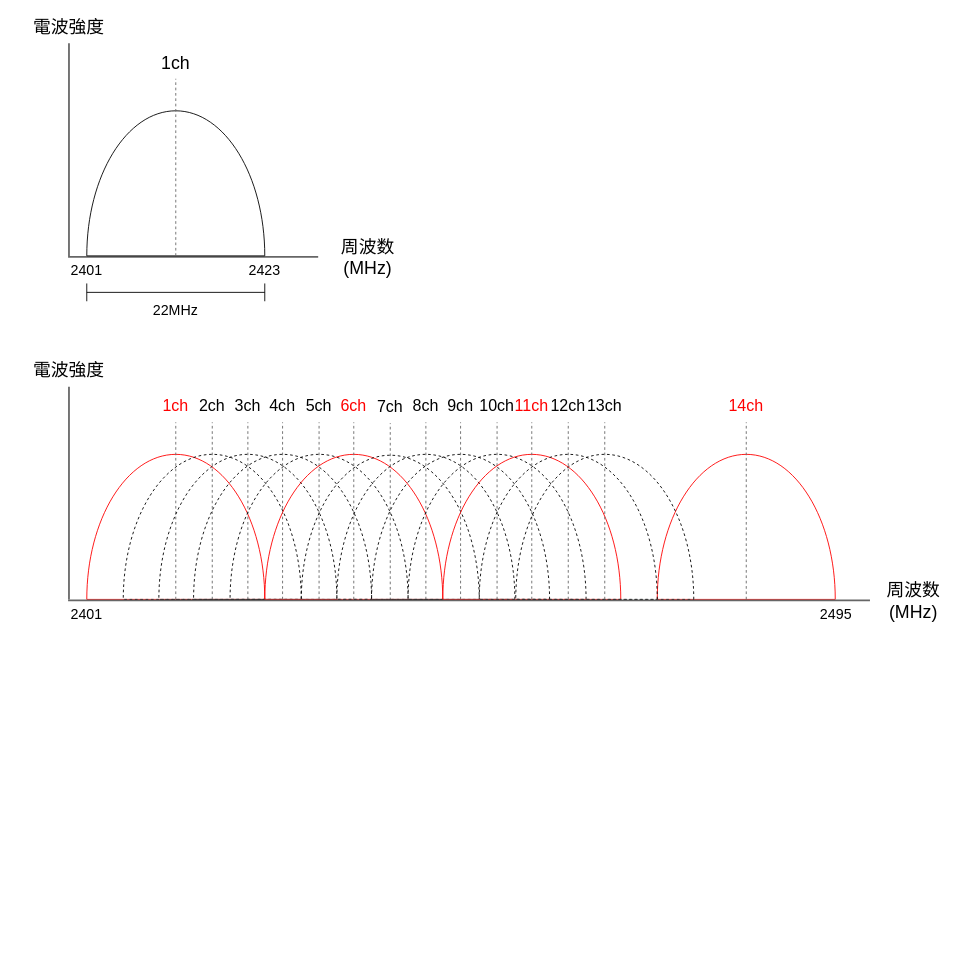
kento-yoshidu/GatsbyBlog keeps this draw.io diagram as content/draft/Others/Wireless/images/image.drawio. Above is the earlier version. Source tidied: cells renumbered, new cells numbered last; positions are measured from the earlier drawing's top-left corner, leaving out a move shared by most shapes. Both pictures are drawn from the tidied source at 89%, with x=0, y=0 at pixel (15, 17).
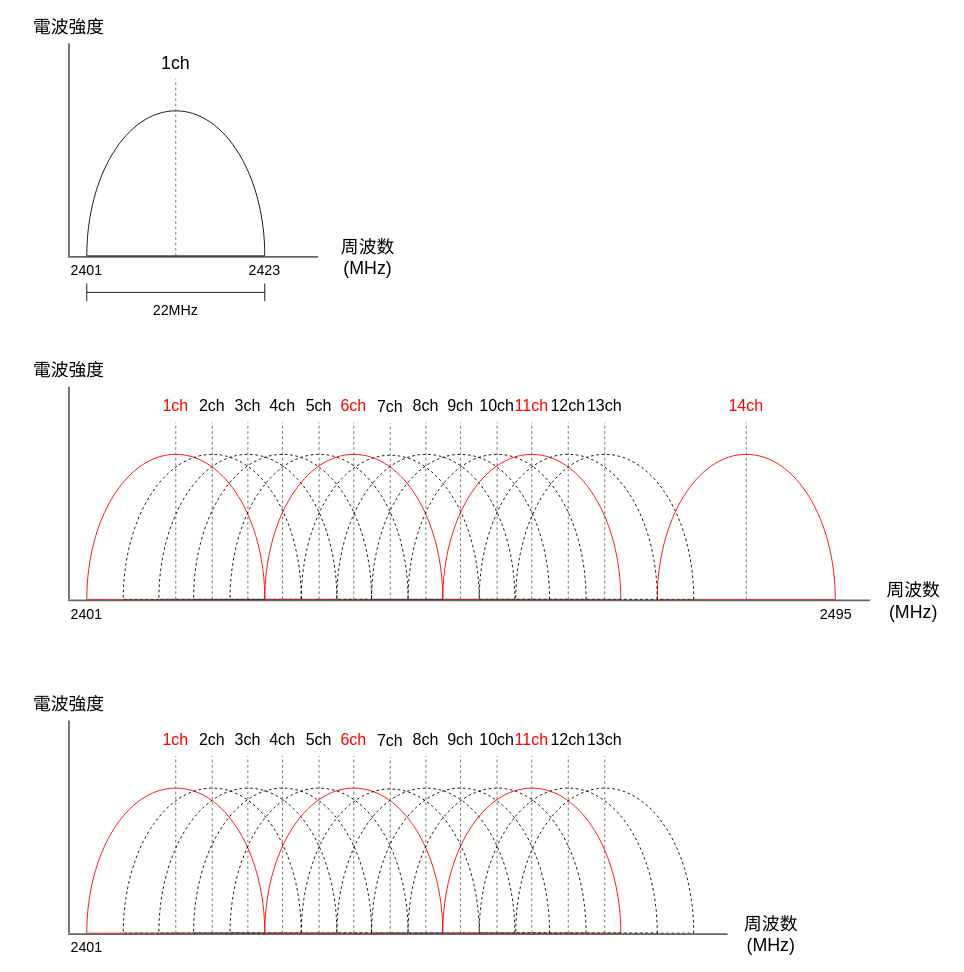
The same diagram, later.

What changed in the source:
```diff
@@
+    <mxCell id="81" style="endArrow=none;html=1;strokeWidth=2;strokeColor=#666666;" parent="1" edge="1">
+      <mxGeometry relative="1" as="geometry">
+        <mxPoint x="60" y="1029" as="sourcePoint" />
+        <mxPoint x="60" y="790" as="targetPoint" />
+      </mxGeometry>
+    </mxCell>
+    <mxCell id="82" value="&lt;font style=&quot;font-size: 20px&quot;&gt;電波強度&lt;/font&gt;" style="text;html=1;strokeColor=none;fillColor=none;align=center;verticalAlign=middle;whiteSpace=wrap;rounded=0;" parent="1" vertex="1">
+      <mxGeometry y="761" width="120" height="20" as="geometry" />
+    </mxCell>
+    <mxCell id="83" value="&lt;font style=&quot;font-size: 20px&quot;&gt;周波数(MHz)&lt;/font&gt;" style="text;html=1;strokeColor=none;fillColor=none;align=center;verticalAlign=middle;whiteSpace=wrap;rounded=0;" parent="1" vertex="1">
+      <mxGeometry x="809" y="1020" width="80" height="20" as="geometry" />
+    </mxCell>
+    <mxCell id="84" style="group;" parent="1" vertex="1">
+      <mxGeometry x="60" y="802" width="280" height="253" as="geometry" />
+    </mxCell>
+    <mxCell id="85" style="group;" parent="84" vertex="1">
+      <mxGeometry x="20" width="260" height="253" as="geometry" />
+    </mxCell>
+    <mxCell id="86" style="verticalLabelPosition=bottom;verticalAlign=top;html=1;shape=mxgraph.basic.half_circle;rotation=-180;fillColor=none;strokeColor=#FF0000;" parent="85" vertex="1">
+      <mxGeometry y="64" width="200" height="163" as="geometry" />
+    </mxCell>
+    <mxCell id="87" style="endArrow=none;html=1;strokeColor=#666666;strokeWidth=1;exitX=0.5;exitY=0;exitDx=0;exitDy=0;exitPerimeter=0;dashed=1;" parent="85" edge="1" source="86">
+      <mxGeometry relative="1" as="geometry">
+        <mxPoint x="100" y="28" as="targetPoint" />
+      </mxGeometry>
+    </mxCell>
+    <mxCell id="88" value="&lt;font style=&quot;font-size: 18px&quot;&gt;1ch&lt;/font&gt;" style="text;html=1;strokeColor=none;fillColor=none;align=center;verticalAlign=middle;whiteSpace=wrap;rounded=0;fontColor=#FF0000;" parent="85" vertex="1">
+      <mxGeometry x="80" width="40" height="20" as="geometry" />
+    </mxCell>
+    <mxCell id="89" value="&lt;font style=&quot;font-size: 16px;&quot;&gt;2401&lt;/font&gt;" style="text;html=1;strokeColor=none;fillColor=none;align=center;verticalAlign=middle;whiteSpace=wrap;rounded=0;fontSize=16;" parent="84" vertex="1">
+      <mxGeometry y="233" width="40" height="20" as="geometry" />
+    </mxCell>
+    <mxCell id="90" style="group;" parent="1" vertex="1">
+      <mxGeometry x="121" y="802" width="260" height="253" as="geometry" />
+    </mxCell>
+    <mxCell id="91" style="verticalLabelPosition=bottom;verticalAlign=top;html=1;shape=mxgraph.basic.half_circle;rotation=-180;fillColor=none;dashed=1;" parent="90" vertex="1">
+      <mxGeometry y="64" width="200" height="163" as="geometry" />
+    </mxCell>
+    <mxCell id="92" style="endArrow=none;html=1;strokeColor=#666666;strokeWidth=1;exitX=0.5;exitY=0;exitDx=0;exitDy=0;exitPerimeter=0;dashed=1;" parent="90" edge="1" source="91">
+      <mxGeometry relative="1" as="geometry">
+        <mxPoint x="100" y="28" as="targetPoint" />
+      </mxGeometry>
+    </mxCell>
+    <mxCell id="93" value="&lt;font style=&quot;font-size: 18px&quot;&gt;2ch&lt;/font&gt;" style="text;html=1;strokeColor=none;fillColor=none;align=center;verticalAlign=middle;whiteSpace=wrap;rounded=0;" parent="90" vertex="1">
+      <mxGeometry x="80" width="40" height="20" as="geometry" />
+    </mxCell>
+    <mxCell id="94" style="group;" parent="1" vertex="1">
+      <mxGeometry x="161" y="802" width="260" height="253" as="geometry" />
+    </mxCell>
+    <mxCell id="95" style="verticalLabelPosition=bottom;verticalAlign=top;html=1;shape=mxgraph.basic.half_circle;rotation=-180;fillColor=none;dashed=1;" parent="94" vertex="1">
+      <mxGeometry y="64" width="200" height="163" as="geometry" />
+    </mxCell>
+    <mxCell id="96" style="endArrow=none;html=1;strokeColor=#666666;strokeWidth=1;exitX=0.5;exitY=0;exitDx=0;exitDy=0;exitPerimeter=0;dashed=1;" parent="94" edge="1" source="95">
+      <mxGeometry relative="1" as="geometry">
+        <mxPoint x="100" y="28" as="targetPoint" />
+      </mxGeometry>
+    </mxCell>
+    <mxCell id="97" value="&lt;font style=&quot;font-size: 18px&quot;&gt;3ch&lt;/font&gt;" style="text;html=1;strokeColor=none;fillColor=none;align=center;verticalAlign=middle;whiteSpace=wrap;rounded=0;" parent="94" vertex="1">
+      <mxGeometry x="80" width="40" height="20" as="geometry" />
+    </mxCell>
+    <mxCell id="98" style="group;" parent="1" vertex="1">
+      <mxGeometry x="200" y="802" width="260" height="253" as="geometry" />
+    </mxCell>
+    <mxCell id="99" style="verticalLabelPosition=bottom;verticalAlign=top;html=1;shape=mxgraph.basic.half_circle;rotation=-180;fillColor=none;dashed=1;" parent="98" vertex="1">
+      <mxGeometry y="64" width="200" height="163" as="geometry" />
+    </mxCell>
+    <mxCell id="100" style="endArrow=none;html=1;strokeColor=#666666;strokeWidth=1;exitX=0.5;exitY=0;exitDx=0;exitDy=0;exitPerimeter=0;dashed=1;" parent="98" edge="1" source="99">
+      <mxGeometry relative="1" as="geometry">
+        <mxPoint x="100" y="28" as="targetPoint" />
+      </mxGeometry>
+    </mxCell>
+    <mxCell id="101" value="&lt;font style=&quot;font-size: 18px&quot;&gt;4ch&lt;/font&gt;" style="text;html=1;strokeColor=none;fillColor=none;align=center;verticalAlign=middle;whiteSpace=wrap;rounded=0;" parent="98" vertex="1">
+      <mxGeometry x="80" width="40" height="20" as="geometry" />
+    </mxCell>
+    <mxCell id="102" style="group;" parent="1" vertex="1">
+      <mxGeometry x="241" y="802" width="260" height="253" as="geometry" />
+    </mxCell>
+    <mxCell id="103" style="verticalLabelPosition=bottom;verticalAlign=top;html=1;shape=mxgraph.basic.half_circle;rotation=-180;fillColor=none;dashed=1;" parent="102" vertex="1">
+      <mxGeometry y="64" width="200" height="163" as="geometry" />
+    </mxCell>
+    <mxCell id="104" style="endArrow=none;html=1;strokeColor=#666666;strokeWidth=1;exitX=0.5;exitY=0;exitDx=0;exitDy=0;exitPerimeter=0;dashed=1;" parent="102" edge="1" source="103">
+      <mxGeometry relative="1" as="geometry">
+        <mxPoint x="100" y="28" as="targetPoint" />
+      </mxGeometry>
+    </mxCell>
+    <mxCell id="105" value="&lt;font style=&quot;font-size: 18px&quot;&gt;5ch&lt;/font&gt;" style="text;html=1;strokeColor=none;fillColor=none;align=center;verticalAlign=middle;whiteSpace=wrap;rounded=0;" parent="102" vertex="1">
+      <mxGeometry x="80" width="40" height="20" as="geometry" />
+    </mxCell>
+    <mxCell id="106" style="group;" parent="1" vertex="1">
+      <mxGeometry x="260" y="802" width="280" height="253" as="geometry" />
+    </mxCell>
+    <mxCell id="107" style="group;" parent="106" vertex="1">
+      <mxGeometry x="20" width="260" height="253" as="geometry" />
+    </mxCell>
+    <mxCell id="108" style="verticalLabelPosition=bottom;verticalAlign=top;html=1;shape=mxgraph.basic.half_circle;rotation=-180;fillColor=none;strokeColor=#FF0000;" parent="107" vertex="1">
+      <mxGeometry y="64" width="200" height="163" as="geometry" />
+    </mxCell>
+    <mxCell id="109" style="endArrow=none;html=1;strokeColor=#666666;strokeWidth=1;exitX=0.5;exitY=0;exitDx=0;exitDy=0;exitPerimeter=0;dashed=1;" parent="107" edge="1" source="108">
+      <mxGeometry relative="1" as="geometry">
+        <mxPoint x="100" y="28" as="targetPoint" />
+      </mxGeometry>
+    </mxCell>
+    <mxCell id="110" value="&lt;font style=&quot;font-size: 18px&quot;&gt;6ch&lt;/font&gt;" style="text;html=1;strokeColor=none;fillColor=none;align=center;verticalAlign=middle;whiteSpace=wrap;rounded=0;fontColor=#FF0000;" parent="107" vertex="1">
+      <mxGeometry x="80" width="40" height="20" as="geometry" />
+    </mxCell>
+    <mxCell id="111" style="group;" parent="1" vertex="1">
+      <mxGeometry x="321" y="803" width="260" height="253" as="geometry" />
+    </mxCell>
+    <mxCell id="112" style="verticalLabelPosition=bottom;verticalAlign=top;html=1;shape=mxgraph.basic.half_circle;rotation=-180;fillColor=none;dashed=1;" parent="111" vertex="1">
+      <mxGeometry y="64" width="200" height="163" as="geometry" />
+    </mxCell>
+    <mxCell id="113" style="endArrow=none;html=1;strokeColor=#666666;strokeWidth=1;exitX=0.5;exitY=0;exitDx=0;exitDy=0;exitPerimeter=0;dashed=1;" parent="111" edge="1" source="112">
+      <mxGeometry relative="1" as="geometry">
+        <mxPoint x="100" y="28" as="targetPoint" />
+      </mxGeometry>
+    </mxCell>
+    <mxCell id="114" value="&lt;font style=&quot;font-size: 18px&quot;&gt;7ch&lt;/font&gt;" style="text;html=1;strokeColor=none;fillColor=none;align=center;verticalAlign=middle;whiteSpace=wrap;rounded=0;" parent="111" vertex="1">
+      <mxGeometry x="80" width="40" height="20" as="geometry" />
+    </mxCell>
+    <mxCell id="115" style="group;" parent="1" vertex="1">
+      <mxGeometry x="361" y="802" width="260" height="253" as="geometry" />
+    </mxCell>
+    <mxCell id="116" style="verticalLabelPosition=bottom;verticalAlign=top;html=1;shape=mxgraph.basic.half_circle;rotation=-180;fillColor=none;dashed=1;" parent="115" vertex="1">
+      <mxGeometry y="64" width="200" height="163" as="geometry" />
+    </mxCell>
+    <mxCell id="117" style="endArrow=none;html=1;strokeColor=#666666;strokeWidth=1;exitX=0.5;exitY=0;exitDx=0;exitDy=0;exitPerimeter=0;dashed=1;" parent="115" edge="1" source="116">
+      <mxGeometry relative="1" as="geometry">
+        <mxPoint x="100" y="28" as="targetPoint" />
+      </mxGeometry>
+    </mxCell>
+    <mxCell id="118" value="&lt;font style=&quot;font-size: 18px&quot;&gt;8ch&lt;/font&gt;" style="text;html=1;strokeColor=none;fillColor=none;align=center;verticalAlign=middle;whiteSpace=wrap;rounded=0;" parent="115" vertex="1">
+      <mxGeometry x="80" width="40" height="20" as="geometry" />
+    </mxCell>
+    <mxCell id="119" style="group;" parent="1" vertex="1">
+      <mxGeometry x="400" y="802" width="260" height="253" as="geometry" />
+    </mxCell>
+    <mxCell id="120" style="verticalLabelPosition=bottom;verticalAlign=top;html=1;shape=mxgraph.basic.half_circle;rotation=-180;fillColor=none;dashed=1;" parent="119" vertex="1">
+      <mxGeometry y="64" width="200" height="163" as="geometry" />
+    </mxCell>
+    <mxCell id="121" style="endArrow=none;html=1;strokeColor=#666666;strokeWidth=1;exitX=0.5;exitY=0;exitDx=0;exitDy=0;exitPerimeter=0;dashed=1;" parent="119" edge="1" source="120">
+      <mxGeometry relative="1" as="geometry">
+        <mxPoint x="100" y="28" as="targetPoint" />
+      </mxGeometry>
+    </mxCell>
+    <mxCell id="122" value="&lt;font style=&quot;font-size: 18px&quot;&gt;9ch&lt;/font&gt;" style="text;html=1;strokeColor=none;fillColor=none;align=center;verticalAlign=middle;whiteSpace=wrap;rounded=0;" parent="119" vertex="1">
+      <mxGeometry x="80" width="40" height="20" as="geometry" />
+    </mxCell>
+    <mxCell id="123" style="group;" parent="1" vertex="1">
+      <mxGeometry x="441" y="802" width="260" height="253" as="geometry" />
+    </mxCell>
+    <mxCell id="124" style="verticalLabelPosition=bottom;verticalAlign=top;html=1;shape=mxgraph.basic.half_circle;rotation=-180;fillColor=none;dashed=1;" parent="123" vertex="1">
+      <mxGeometry y="64" width="200" height="163" as="geometry" />
+    </mxCell>
+    <mxCell id="125" style="endArrow=none;html=1;strokeColor=#666666;strokeWidth=1;exitX=0.5;exitY=0;exitDx=0;exitDy=0;exitPerimeter=0;dashed=1;" parent="123" edge="1" source="124">
+      <mxGeometry relative="1" as="geometry">
+        <mxPoint x="100" y="28" as="targetPoint" />
+      </mxGeometry>
+    </mxCell>
+    <mxCell id="126" value="&lt;font style=&quot;font-size: 18px&quot;&gt;10ch&lt;/font&gt;" style="text;html=1;strokeColor=none;fillColor=none;align=center;verticalAlign=middle;whiteSpace=wrap;rounded=0;" parent="123" vertex="1">
+      <mxGeometry x="80" width="40" height="20" as="geometry" />
+    </mxCell>
+    <mxCell id="127" style="group;" parent="1" vertex="1">
+      <mxGeometry x="460" y="802" width="280" height="253" as="geometry" />
+    </mxCell>
+    <mxCell id="128" style="group;" parent="127" vertex="1">
+      <mxGeometry x="20" width="260" height="253" as="geometry" />
+    </mxCell>
+    <mxCell id="129" style="verticalLabelPosition=bottom;verticalAlign=top;html=1;shape=mxgraph.basic.half_circle;rotation=-180;fillColor=none;strokeColor=#FF0000;" parent="128" vertex="1">
+      <mxGeometry y="64" width="200" height="163" as="geometry" />
+    </mxCell>
+    <mxCell id="130" style="endArrow=none;html=1;strokeColor=#666666;strokeWidth=1;exitX=0.5;exitY=0;exitDx=0;exitDy=0;exitPerimeter=0;dashed=1;" parent="128" edge="1" source="129">
+      <mxGeometry relative="1" as="geometry">
+        <mxPoint x="100" y="28" as="targetPoint" />
+      </mxGeometry>
+    </mxCell>
+    <mxCell id="131" value="&lt;font style=&quot;font-size: 18px&quot;&gt;11ch&lt;/font&gt;" style="text;html=1;strokeColor=none;fillColor=none;align=center;verticalAlign=middle;whiteSpace=wrap;rounded=0;fontColor=#FF0000;" parent="128" vertex="1">
+      <mxGeometry x="80" width="40" height="20" as="geometry" />
+    </mxCell>
+    <mxCell id="132" style="group;" parent="1" vertex="1">
+      <mxGeometry x="521" y="802" width="260" height="253" as="geometry" />
+    </mxCell>
+    <mxCell id="133" style="verticalLabelPosition=bottom;verticalAlign=top;html=1;shape=mxgraph.basic.half_circle;rotation=-180;fillColor=none;dashed=1;" parent="132" vertex="1">
+      <mxGeometry y="64" width="200" height="163" as="geometry" />
+    </mxCell>
+    <mxCell id="134" style="endArrow=none;html=1;strokeColor=#666666;strokeWidth=1;exitX=0.5;exitY=0;exitDx=0;exitDy=0;exitPerimeter=0;dashed=1;" parent="132" edge="1" source="133">
+      <mxGeometry relative="1" as="geometry">
+        <mxPoint x="100" y="28" as="targetPoint" />
+      </mxGeometry>
+    </mxCell>
+    <mxCell id="135" value="&lt;font style=&quot;font-size: 18px&quot;&gt;12ch&lt;/font&gt;" style="text;html=1;strokeColor=none;fillColor=none;align=center;verticalAlign=middle;whiteSpace=wrap;rounded=0;" parent="132" vertex="1">
+      <mxGeometry x="80" width="40" height="20" as="geometry" />
+    </mxCell>
+    <mxCell id="136" style="group;" parent="1" vertex="1">
+      <mxGeometry x="562" y="802" width="260" height="253" as="geometry" />
+    </mxCell>
+    <mxCell id="137" style="verticalLabelPosition=bottom;verticalAlign=top;html=1;shape=mxgraph.basic.half_circle;rotation=-180;fillColor=none;dashed=1;" parent="136" vertex="1">
+      <mxGeometry y="64" width="200" height="163" as="geometry" />
+    </mxCell>
+    <mxCell id="138" style="endArrow=none;html=1;strokeColor=#666666;strokeWidth=1;exitX=0.5;exitY=0;exitDx=0;exitDy=0;exitPerimeter=0;dashed=1;" parent="136" edge="1" source="137">
+      <mxGeometry relative="1" as="geometry">
+        <mxPoint x="100" y="28" as="targetPoint" />
+      </mxGeometry>
+    </mxCell>
+    <mxCell id="139" value="&lt;font style=&quot;font-size: 18px&quot;&gt;13ch&lt;/font&gt;" style="text;html=1;strokeColor=none;fillColor=none;align=center;verticalAlign=middle;whiteSpace=wrap;rounded=0;" parent="136" vertex="1">
+      <mxGeometry x="80" width="40" height="20" as="geometry" />
+    </mxCell>
+    <mxCell id="140" style="endArrow=none;html=1;strokeWidth=2;strokeColor=#666666;" parent="1" edge="1">
+      <mxGeometry relative="1" as="geometry">
+        <mxPoint x="800" y="1030" as="sourcePoint" />
+        <mxPoint x="59" y="1030" as="targetPoint" />
+      </mxGeometry>
+    </mxCell>
```
